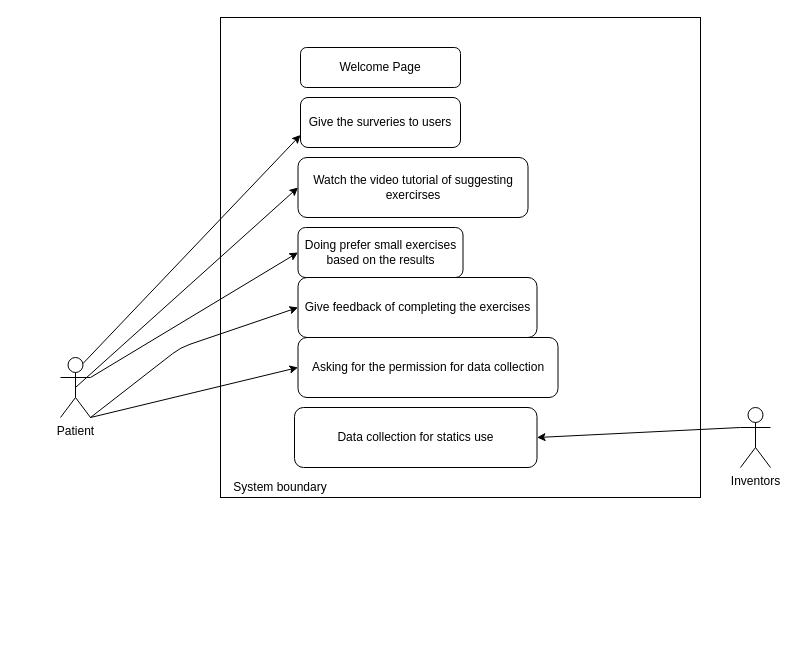
Before: Untitled Diagram.drawio in ghostowl123/TensorFlow-Course, a draw.io diagram. Source tidied: cells renumbered, new cells numbered last; positions are measured from the earlier drawing's top-left corner, leaving out a move shared by most shapes. Both pictures are drawn from the tidied source at 100%, with x=0, y=0 at pixel (60, 17).
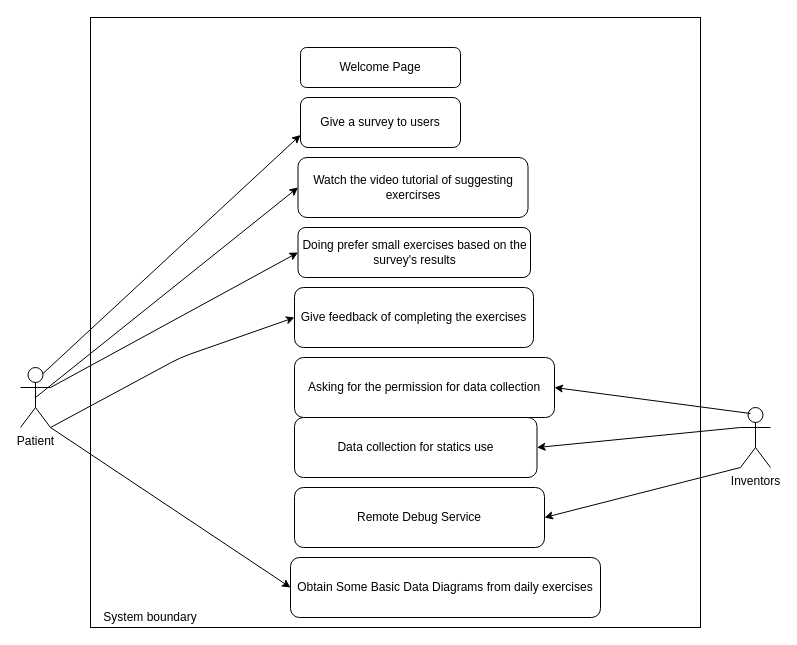
The same diagram, later.

Unchanged cells that the change refers to:
```xml
<mxCell id="7" value="Inventors" style="shape=umlActor;verticalLabelPosition=bottom;verticalAlign=top;html=1;outlineConnect=0;" parent="1" vertex="1">
  <mxGeometry x="680" y="390" width="30" height="60" as="geometry" />
</mxCell>
```

Diff of the diagram source:
```diff
@@
     <mxCell id="2" style="whiteSpace=wrap;html=1;" parent="1" vertex="1">
-      <mxGeometry x="160" width="480" height="480" as="geometry" />
+      <mxGeometry x="30" width="610" height="610" as="geometry" />
     </mxCell>
     <mxCell id="3" value="Patient" style="shape=umlActor;verticalLabelPosition=bottom;verticalAlign=top;html=1;outlineConnect=0;" parent="1" vertex="1">
-      <mxGeometry y="340" width="30" height="60" as="geometry" />
+      <mxGeometry x="-40" y="350" width="30" height="60" as="geometry" />
     </mxCell>
     <mxCell id="4" value="System boundary" style="text;html=1;strokeColor=none;fillColor=none;align=center;verticalAlign=middle;whiteSpace=wrap;rounded=0;" parent="1" vertex="1">
-      <mxGeometry x="160" y="460" width="120" height="20" as="geometry" />
+      <mxGeometry x="30" y="590" width="120" height="20" as="geometry" />
     </mxCell>
-    <mxCell id="5" value="Give the surveries to users" style="rounded=1;whiteSpace=wrap;html=1;" parent="1" vertex="1">
+    <mxCell id="5" value="Give a survey to users" style="rounded=1;whiteSpace=wrap;html=1;" parent="1" vertex="1">
       <mxGeometry x="240" y="80" width="160" height="50" as="geometry" />
     </mxCell>
@@
-    <mxCell id="9" value="Doing prefer small exercises based on the results" style="rounded=1;whiteSpace=wrap;html=1;" parent="1" vertex="1">
-      <mxGeometry x="237.5" y="210" width="165" height="50" as="geometry" />
+    <mxCell id="9" value="Doing prefer small exercises based on the survey's results" style="rounded=1;whiteSpace=wrap;html=1;" parent="1" vertex="1">
+      <mxGeometry x="237.5" y="210" width="232.5" height="50" as="geometry" />
     </mxCell>
@@
     <mxCell id="13" value="Give feedback of completing the exercises " style="rounded=1;whiteSpace=wrap;html=1;" parent="1" vertex="1">
-      <mxGeometry x="237.5" y="260" width="239" height="60" as="geometry" />
+      <mxGeometry x="234" y="270" width="239" height="60" as="geometry" />
     </mxCell>
     <mxCell id="14" style="endArrow=classic;html=1;exitX=1;exitY=1;exitDx=0;exitDy=0;exitPerimeter=0;entryX=0;entryY=0.5;entryDx=0;entryDy=0;" parent="1" edge="1" source="3" target="13">
       <mxGeometry relative="1" as="geometry">
         <Array as="points">
-          <mxPoint x="120" y="330" />
+          <mxPoint x="120" y="340" />
         </Array>
       </mxGeometry>
     </mxCell>
     <mxCell id="15" value="Data collection for statics use" style="rounded=1;whiteSpace=wrap;html=1;" parent="1" vertex="1">
-      <mxGeometry x="234" y="390" width="242.5" height="60" as="geometry" />
+      <mxGeometry x="234" y="400" width="242.5" height="60" as="geometry" />
     </mxCell>
@@
     <mxCell id="17" value="Asking for the permission for data collection" style="rounded=1;whiteSpace=wrap;html=1;" parent="1" vertex="1">
-      <mxGeometry x="237.5" y="320" width="260" height="60" as="geometry" />
+      <mxGeometry x="234" y="340" width="260" height="60" as="geometry" />
     </mxCell>
-    <mxCell id="18" style="endArrow=classic;html=1;exitX=1;exitY=1;exitDx=0;exitDy=0;exitPerimeter=0;entryX=0;entryY=0.5;entryDx=0;entryDy=0;" parent="1" edge="1" source="3" target="17">
-      <mxGeometry relative="1" as="geometry" />
+    <mxCell id="18" style="endArrow=classic;html=1;entryX=1;entryY=0.5;entryDx=0;entryDy=0;" parent="1" edge="1" target="17">
+      <mxGeometry relative="1" as="geometry">
+        <mxPoint x="690" y="396" as="sourcePoint" />
+      </mxGeometry>
     </mxCell>
+    <mxCell id="19" value="Remote Debug Service" style="rounded=1;whiteSpace=wrap;html=1;" parent="1" vertex="1">
+      <mxGeometry x="234" y="470" width="250" height="60" as="geometry" />
+    </mxCell>
+    <mxCell id="20" style="endArrow=classic;html=1;exitX=0;exitY=1;exitDx=0;exitDy=0;exitPerimeter=0;entryX=1;entryY=0.5;entryDx=0;entryDy=0;" parent="1" edge="1" source="7" target="19">
+      <mxGeometry relative="1" as="geometry" />
+    </mxCell>
+    <mxCell id="21" value="Obtain Some Basic Data Diagrams from daily exercises" style="rounded=1;whiteSpace=wrap;html=1;" parent="1" vertex="1">
+      <mxGeometry x="230" y="540" width="310" height="60" as="geometry" />
+    </mxCell>
+    <mxCell id="22" style="endArrow=classic;html=1;exitX=1;exitY=1;exitDx=0;exitDy=0;exitPerimeter=0;entryX=0;entryY=0.5;entryDx=0;entryDy=0;" parent="1" edge="1" source="3" target="21">
+      <mxGeometry relative="1" as="geometry" />
+    </mxCell>
```
